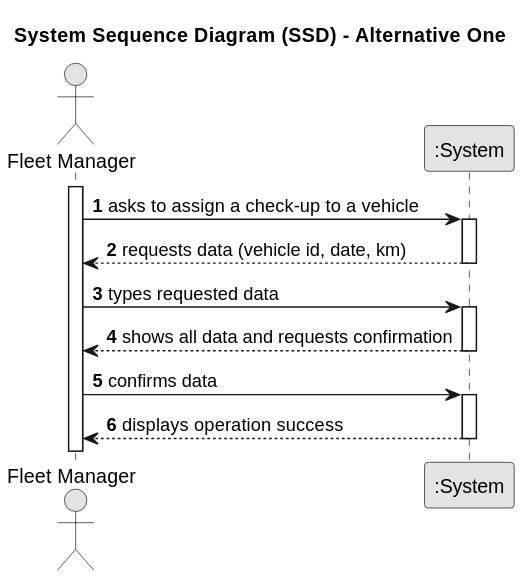
Before: docs/sprintA/us007/01.requirements-engineering/svg/us007-system-sequence-diagram-alternative-one.svg, a diagram exported from PlantUML (Departamento-de-Engenharia-Informatica/lei-24-s2-1dl-g121). The source it was exported from:
```plantuml
@startuml
skinparam monochrome true
skinparam packageStyle rectangle
skinparam shadowing false

title System Sequence Diagram (SSD) - Alternative One

autonumber

actor "Fleet Manager" as Employee
participant ":System" as System

activate Employee

    Employee -> System : asks to assign a check-up to a vehicle
    activate System

        System --> Employee : requests data (vehicle id, date, km)
    deactivate System

    Employee -> System : types requested data
    activate System

        System --> Employee : shows all data and requests confirmation
    deactivate System

    Employee -> System : confirms data
    activate System

        System --> Employee : displays operation success
    deactivate System
@enduml
```
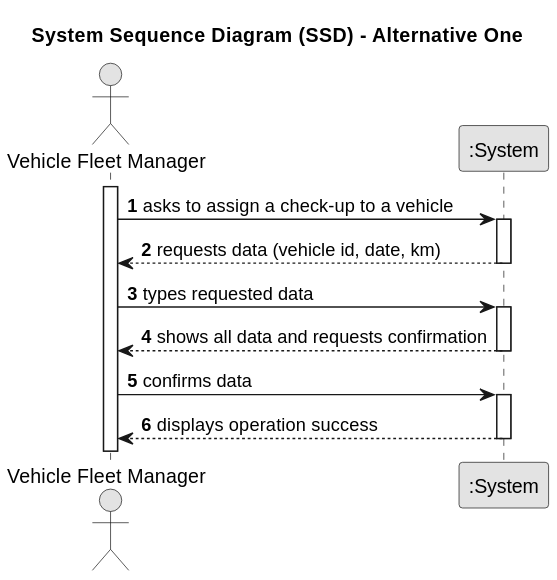
After the commit.

Change to the diagram source:
```diff
@@ -7,7 +7,7 @@
 
 autonumber
 
-actor "Fleet Manager" as Employee
+actor "Vehicle Fleet Manager" as Employee
 participant ":System" as System
 
 activate Employee
```
